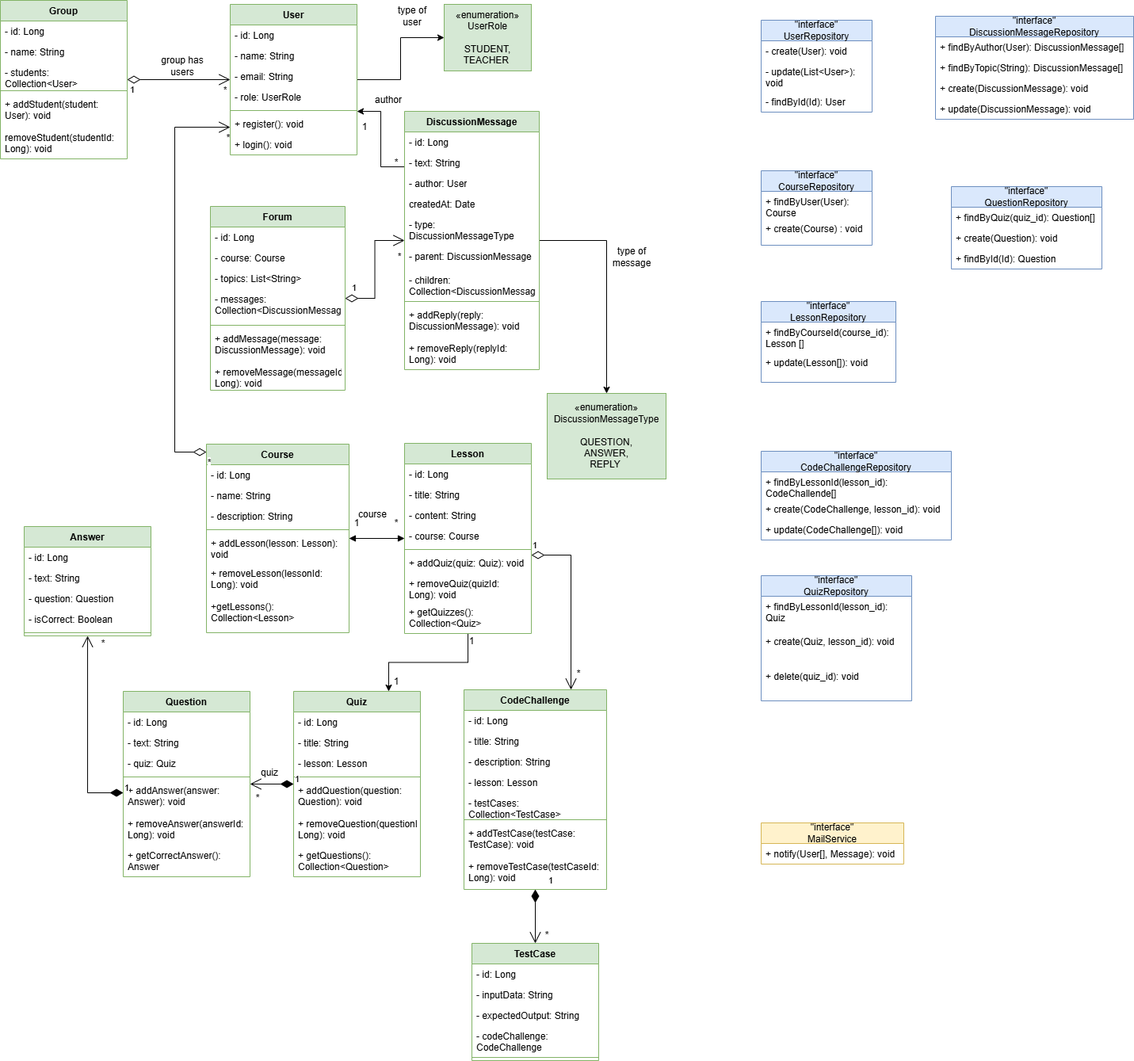
Before: akademia_diagram.png, a diagram exported from draw.io (NikolajHon/Academy_Backend). Source tidied: cells renumbered, new cells last; positions are measured from the earlier drawing's top-left corner, leaving out a move shared by most shapes.
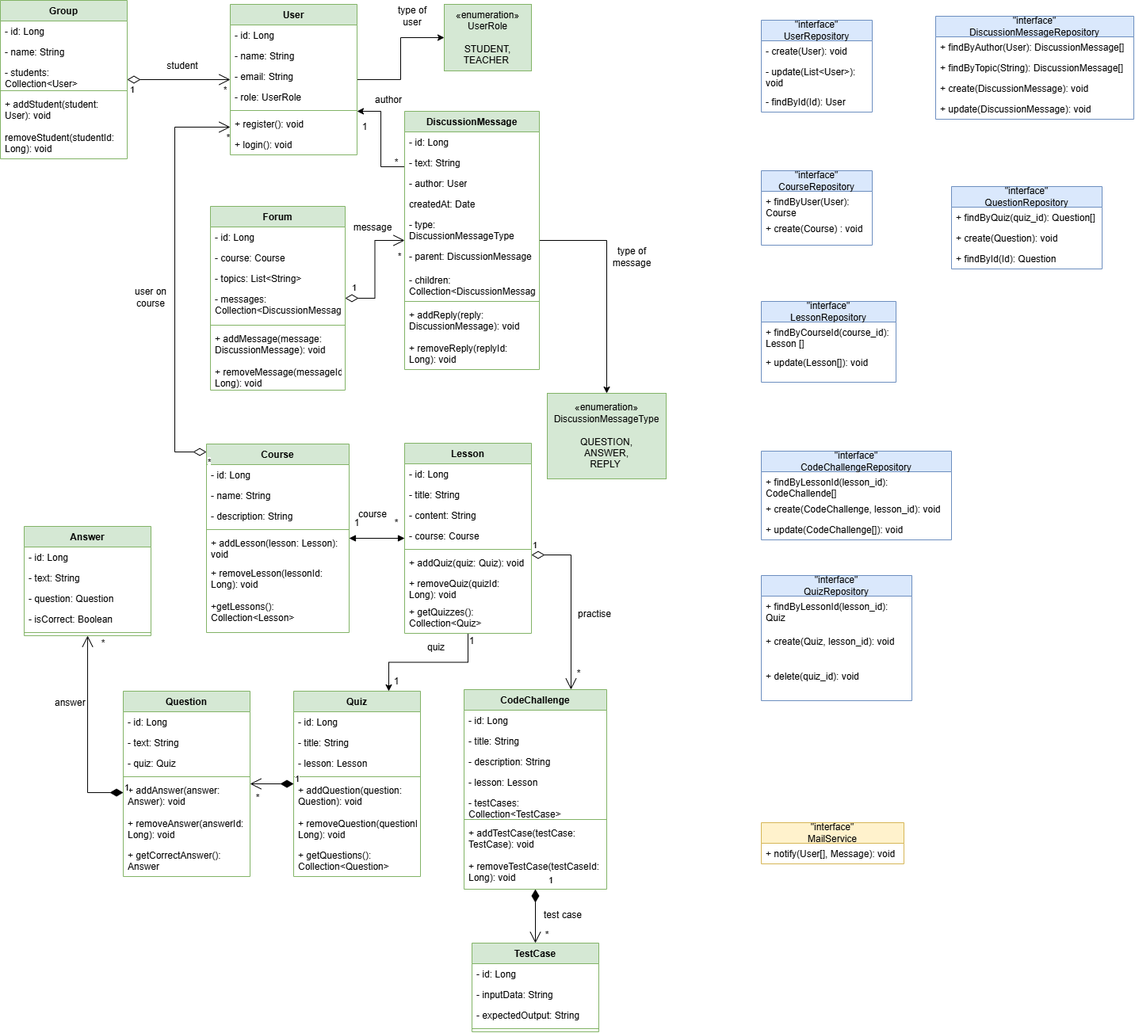
Above is the later version.

Commit message:
fixed the links in the diagram

What changed in the source:
```diff
@@ -150,7 +150,7 @@
       <mxGeometry y="210" width="180" height="42" as="geometry" />
     </mxCell>
     <mxCell id="51" value="TestCase " style="swimlane;fontStyle=1;align=center;verticalAlign=top;horizontal=1;startSize=26;whiteSpace=wrap;html=1;fillColor=#d5e8d4;strokeColor=#82b366;" parent="1" vertex="1">
-      <mxGeometry x="595" y="1190" width="160" height="148" as="geometry" />
+      <mxGeometry x="595" y="1190" width="160" height="112" as="geometry" />
     </mxCell>
     <mxCell id="52" value="-&amp;nbsp;id: Long" style="text;strokeColor=none;fillColor=none;align=left;verticalAlign=top;spacingLeft=4;spacingRight=4;overflow=hidden;whiteSpace=wrap;html=1;" parent="51" vertex="1">
       <mxGeometry y="26" width="160" height="26" as="geometry" />
@@ -161,11 +161,8 @@
     <mxCell id="54" value="-&amp;nbsp;expectedOutput: String" style="text;strokeColor=none;fillColor=none;align=left;verticalAlign=top;spacingLeft=4;spacingRight=4;overflow=hidden;whiteSpace=wrap;html=1;" parent="51" vertex="1">
       <mxGeometry y="78" width="160" height="26" as="geometry" />
     </mxCell>
-    <mxCell id="55" value="-&amp;nbsp;codeChallenge: CodeChallenge" style="text;strokeColor=none;fillColor=none;align=left;verticalAlign=top;spacingLeft=4;spacingRight=4;overflow=hidden;whiteSpace=wrap;html=1;" parent="51" vertex="1">
-      <mxGeometry y="104" width="160" height="36" as="geometry" />
-    </mxCell>
     <mxCell id="56" style="line;strokeWidth=1;fillColor=none;align=left;verticalAlign=middle;spacingTop=-1;spacingLeft=3;spacingRight=3;labelPosition=right;strokeColor=inherit;" parent="51" vertex="1">
-      <mxGeometry y="140" width="160" height="8" as="geometry" />
+      <mxGeometry y="104" width="160" height="8" as="geometry" />
     </mxCell>
     <mxCell id="57" value="Forum " style="swimlane;fontStyle=1;align=center;verticalAlign=top;horizontal=1;startSize=26;whiteSpace=wrap;html=1;fillColor=#d5e8d4;strokeColor=#82b366;" parent="1" vertex="1">
       <mxGeometry x="265" y="260" width="170" height="232" as="geometry" />
@@ -472,7 +469,7 @@
       <mxGeometry x="490" y="5" width="60" height="30" as="geometry" />
     </mxCell>
     <mxCell id="149" value="quiz" style="text;strokeColor=none;align=center;fillColor=none;html=1;verticalAlign=middle;whiteSpace=wrap;rounded=0;" parent="1" vertex="1">
-      <mxGeometry x="310" y="959.5" width="60" height="30" as="geometry" />
+      <mxGeometry x="520" y="802" width="60" height="30" as="geometry" />
     </mxCell>
     <mxCell id="150" value="course" style="text;strokeColor=none;align=center;fillColor=none;html=1;verticalAlign=middle;whiteSpace=wrap;rounded=0;" parent="1" vertex="1">
       <mxGeometry x="440" y="634" width="60" height="30" as="geometry" />
@@ -480,7 +477,7 @@
     <mxCell id="151" value="author" style="text;strokeColor=none;align=center;fillColor=none;html=1;verticalAlign=middle;whiteSpace=wrap;rounded=0;" parent="1" vertex="1">
       <mxGeometry x="460" y="111" width="60" height="30" as="geometry" />
     </mxCell>
-    <mxCell id="152" value="group has users" style="text;strokeColor=none;align=center;fillColor=none;html=1;verticalAlign=middle;whiteSpace=wrap;rounded=0;" parent="1" vertex="1">
+    <mxCell id="152" value="student" style="text;strokeColor=none;align=center;fillColor=none;html=1;verticalAlign=middle;whiteSpace=wrap;rounded=0;" parent="1" vertex="1">
       <mxGeometry x="200" y="68" width="60" height="30" as="geometry" />
     </mxCell>
     <mxCell id="153" style="endArrow=block;startArrow=block;endFill=1;startFill=1;html=1;rounded=0;" parent="1" edge="1" source="2" target="11">
@@ -489,5 +486,20 @@
     <mxCell id="154" value="1" style="text;strokeColor=none;align=center;fillColor=none;html=1;verticalAlign=middle;whiteSpace=wrap;rounded=0;" parent="1" vertex="1">
       <mxGeometry x="440" y="650" width="20" height="20" as="geometry" />
     </mxCell>
+    <mxCell id="155" value="answer&amp;nbsp;" style="text;strokeColor=none;align=center;fillColor=none;html=1;verticalAlign=middle;whiteSpace=wrap;rounded=0;" parent="1" vertex="1">
+      <mxGeometry x="60" y="872" width="60" height="30" as="geometry" />
+    </mxCell>
+    <mxCell id="156" value="test case" style="text;strokeColor=none;align=center;fillColor=none;html=1;verticalAlign=middle;whiteSpace=wrap;rounded=0;" parent="1" vertex="1">
+      <mxGeometry x="680" y="1140" width="60" height="30" as="geometry" />
+    </mxCell>
+    <mxCell id="157" value="user on course" style="text;strokeColor=none;align=center;fillColor=none;html=1;verticalAlign=middle;whiteSpace=wrap;rounded=0;" parent="1" vertex="1">
+      <mxGeometry x="160" y="360" width="60" height="30" as="geometry" />
+    </mxCell>
+    <mxCell id="158" value="message" style="text;strokeColor=none;align=center;fillColor=none;html=1;verticalAlign=middle;whiteSpace=wrap;rounded=0;" parent="1" vertex="1">
+      <mxGeometry x="440" y="272" width="60" height="30" as="geometry" />
+    </mxCell>
+    <mxCell id="159" value="practise" style="text;strokeColor=none;align=center;fillColor=none;html=1;verticalAlign=middle;whiteSpace=wrap;rounded=0;" parent="1" vertex="1">
+      <mxGeometry x="720" y="760" width="60" height="30" as="geometry" />
+    </mxCell>
   </root>
 </mxGraphModel>
```
